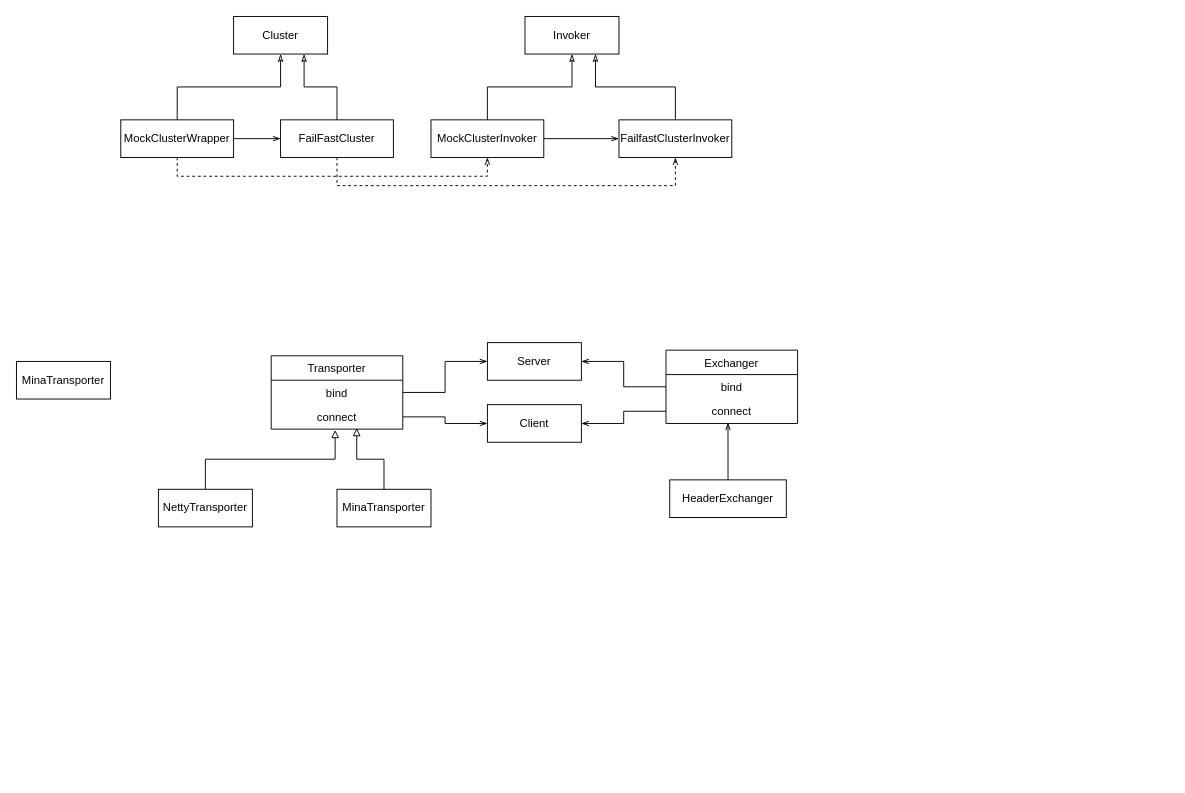
The draw.io diagram dubbo.drawio in MihirrajDixit/drawio, before the edit. Source tidied: cells renumbered, new cells numbered last; positions are measured from the earlier drawing's top-left corner, leaving out a move shared by most shapes. Both pictures are drawn from the tidied source at 94%, with x=0, y=0 at pixel (16, 16).
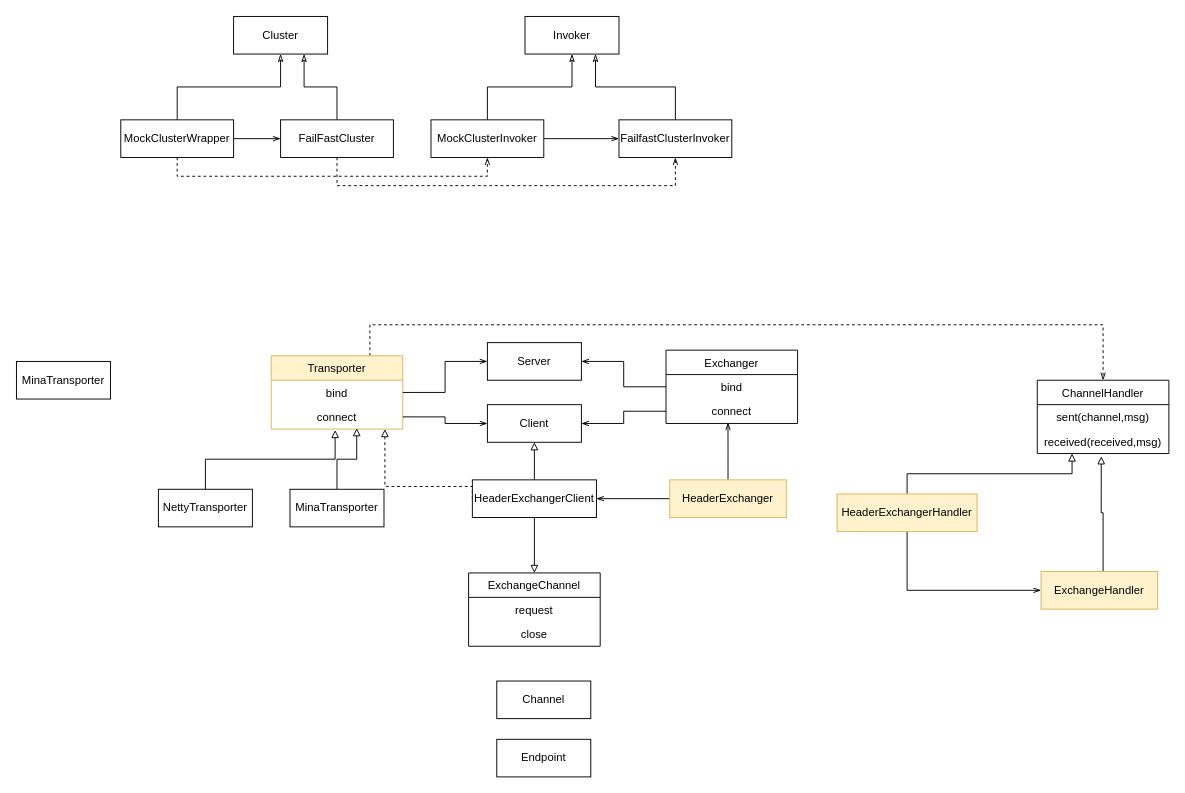
The same page after the edit.

The change refers to these unchanged cells:
```xml
<mxCell id="20" value="connect" style="text;strokeColor=none;fillColor=none;align=center;verticalAlign=top;spacingLeft=4;spacingRight=4;overflow=hidden;points=[[0,0.5],[1,0.5]];portConstraint=eastwest;" parent="18" vertex="1">
  <mxGeometry y="52" width="140" height="26" as="geometry" />
</mxCell>
<mxCell id="22" value="Client" style="rounded=0;whiteSpace=wrap;html=1;" parent="1" vertex="1">
  <mxGeometry x="501" y="413" width="100" height="40" as="geometry" />
</mxCell>
```

Change to the diagram source:
```diff
@@
+    <mxCell id="35" style="edgeStyle=orthogonalEdgeStyle;rounded=0;jettySize=auto;html=1;exitX=0.75;exitY=0;exitDx=0;exitDy=0;entryX=0.5;entryY=0;entryDx=0;entryDy=0;dashed=1;endArrow=openThin;endFill=0;" parent="1" edge="1" source="18" target="47">
+      <mxGeometry relative="1" as="geometry">
+        <Array as="points">
+          <mxPoint x="376" y="328" />
+          <mxPoint x="1156" y="328" />
+        </Array>
+      </mxGeometry>
+    </mxCell>
-    <mxCell id="18" value="Transporter" style="swimlane;fontStyle=0;horizontal=1;startSize=26;fillColor=none;" parent="1" vertex="1">
+    <mxCell id="18" value="Transporter" style="swimlane;fontStyle=0;horizontal=1;startSize=26;fillColor=#fff2cc;strokeColor=#d6b656;" parent="1" vertex="1">
       <mxGeometry x="271" y="361" width="140" height="78" as="geometry" />
     </mxCell>
@@
     <mxCell id="26" value="MinaTransporter" style="rounded=0;whiteSpace=wrap;html=1;" parent="1" vertex="1">
-      <mxGeometry x="341" y="503" width="100" height="40" as="geometry" />
+      <mxGeometry x="291" y="503" width="100" height="40" as="geometry" />
     </mxCell>
@@
+    <mxCell id="36" style="edgeStyle=orthogonalEdgeStyle;rounded=0;jettySize=auto;html=1;exitX=0;exitY=0.5;exitDx=0;exitDy=0;entryX=1;entryY=0.5;entryDx=0;entryDy=0;endArrow=openThin;endFill=0;" parent="1" edge="1" source="34" target="40">
+      <mxGeometry relative="1" as="geometry" />
+    </mxCell>
-    <mxCell id="34" value="HeaderExchanger" style="rounded=0;whiteSpace=wrap;html=1;" parent="1" vertex="1">
+    <mxCell id="34" value="HeaderExchanger" style="rounded=0;whiteSpace=wrap;html=1;fillColor=#fff2cc;strokeColor=#d6b656;" parent="1" vertex="1">
       <mxGeometry x="695" y="493" width="124" height="40" as="geometry" />
     </mxCell>
+    <mxCell id="37" style="edgeStyle=orthogonalEdgeStyle;rounded=0;jettySize=auto;html=1;exitX=0.5;exitY=0;exitDx=0;exitDy=0;entryX=0.5;entryY=1;entryDx=0;entryDy=0;endArrow=block;endFill=0;" parent="1" edge="1" source="40" target="22">
+      <mxGeometry relative="1" as="geometry" />
+    </mxCell>
+    <mxCell id="38" style="edgeStyle=orthogonalEdgeStyle;rounded=0;jettySize=auto;html=1;exitX=0.5;exitY=1;exitDx=0;exitDy=0;endArrow=block;endFill=0;" parent="1" edge="1" source="40" target="41">
+      <mxGeometry relative="1" as="geometry" />
+    </mxCell>
+    <mxCell id="39" style="edgeStyle=orthogonalEdgeStyle;rounded=0;jettySize=auto;html=1;exitX=0;exitY=0.5;exitDx=0;exitDy=0;entryX=0.864;entryY=1;entryDx=0;entryDy=0;entryPerimeter=0;endArrow=block;endFill=0;dashed=1;" parent="1" edge="1" source="40" target="20">
+      <mxGeometry relative="1" as="geometry">
+        <Array as="points">
+          <mxPoint x="485" y="500" />
+          <mxPoint x="392" y="500" />
+        </Array>
+      </mxGeometry>
+    </mxCell>
+    <mxCell id="40" value="HeaderExchangerClient" style="rounded=0;whiteSpace=wrap;html=1;" parent="1" vertex="1">
+      <mxGeometry x="485" y="493" width="132" height="40" as="geometry" />
+    </mxCell>
+    <mxCell id="41" value="ExchangeChannel" style="swimlane;fontStyle=0;horizontal=1;startSize=26;fillColor=none;" parent="1" vertex="1">
+      <mxGeometry x="481" y="592" width="140" height="78" as="geometry" />
+    </mxCell>
+    <mxCell id="42" value="request" style="text;strokeColor=none;fillColor=none;align=center;verticalAlign=top;spacingLeft=4;spacingRight=4;overflow=hidden;" parent="41" vertex="1">
+      <mxGeometry y="26" width="140" height="26" as="geometry" />
+    </mxCell>
+    <mxCell id="43" value="close" style="text;strokeColor=none;fillColor=none;align=center;verticalAlign=top;spacingLeft=4;spacingRight=4;overflow=hidden;" parent="41" vertex="1">
+      <mxGeometry y="52" width="140" height="26" as="geometry" />
+    </mxCell>
+    <mxCell id="44" value="Channel" style="rounded=0;whiteSpace=wrap;html=1;" parent="1" vertex="1">
+      <mxGeometry x="511" y="707" width="100" height="40" as="geometry" />
+    </mxCell>
+    <mxCell id="45" value="Endpoint" style="rounded=0;whiteSpace=wrap;html=1;" parent="1" vertex="1">
+      <mxGeometry x="511" y="769" width="100" height="40" as="geometry" />
+    </mxCell>
+    <mxCell id="46" style="edgeStyle=orthogonalEdgeStyle;rounded=0;orthogonalLoop=1;jettySize=auto;html=1;endArrow=block;endFill=0;" parent="1" edge="1">
+      <mxGeometry relative="1" as="geometry">
+        <mxPoint x="581" y="696" as="sourcePoint" />
+      </mxGeometry>
+    </mxCell>
+    <mxCell id="47" value="ChannelHandler" style="swimlane;fontStyle=0;horizontal=1;startSize=26;fillColor=none;" parent="1" vertex="1">
+      <mxGeometry x="1086" y="387" width="140" height="78" as="geometry" />
+    </mxCell>
+    <mxCell id="48" value="sent(channel,msg)" style="text;strokeColor=none;fillColor=none;align=center;verticalAlign=top;spacingLeft=4;spacingRight=4;overflow=hidden;" parent="47" vertex="1">
+      <mxGeometry y="26" width="140" height="26" as="geometry" />
+    </mxCell>
+    <mxCell id="49" value="received(received,msg)" style="text;strokeColor=none;fillColor=none;align=center;verticalAlign=top;spacingLeft=4;spacingRight=4;overflow=hidden;points=[[0,0.5],[1,0.5]];portConstraint=eastwest;" parent="47" vertex="1">
+      <mxGeometry y="52" width="140" height="26" as="geometry" />
+    </mxCell>
+    <mxCell id="50" style="edgeStyle=orthogonalEdgeStyle;rounded=0;jettySize=auto;html=1;exitX=0.5;exitY=0;exitDx=0;exitDy=0;entryX=0.486;entryY=1.115;entryDx=0;entryDy=0;entryPerimeter=0;endArrow=block;endFill=0;" parent="1" edge="1" source="51" target="49">
+      <mxGeometry relative="1" as="geometry">
+        <Array as="points">
+          <mxPoint x="1156" y="528" />
+          <mxPoint x="1154" y="528" />
+        </Array>
+      </mxGeometry>
+    </mxCell>
+    <mxCell id="51" value="ExchangeHandler" style="rounded=0;whiteSpace=wrap;html=1;fillColor=#fff2cc;strokeColor=#d6b656;" parent="1" vertex="1">
+      <mxGeometry x="1090" y="590.5" width="124" height="40" as="geometry" />
+    </mxCell>
+    <mxCell id="52" style="edgeStyle=orthogonalEdgeStyle;rounded=0;jettySize=auto;html=1;exitX=0.5;exitY=1;exitDx=0;exitDy=0;entryX=0;entryY=0.5;entryDx=0;entryDy=0;endArrow=openThin;endFill=0;" parent="1" edge="1" source="54" target="51">
+      <mxGeometry relative="1" as="geometry" />
+    </mxCell>
+    <mxCell id="53" style="edgeStyle=orthogonalEdgeStyle;rounded=0;jettySize=auto;html=1;exitX=0.5;exitY=0;exitDx=0;exitDy=0;entryX=0.264;entryY=1;entryDx=0;entryDy=0;entryPerimeter=0;endArrow=block;endFill=0;" parent="1" edge="1" source="54" target="49">
+      <mxGeometry relative="1" as="geometry" />
+    </mxCell>
+    <mxCell id="54" value="HeaderExchangerHandler" style="rounded=0;whiteSpace=wrap;html=1;fillColor=#fff2cc;strokeColor=#d6b656;" parent="1" vertex="1">
+      <mxGeometry x="873" y="508" width="149" height="40" as="geometry" />
+    </mxCell>
```
